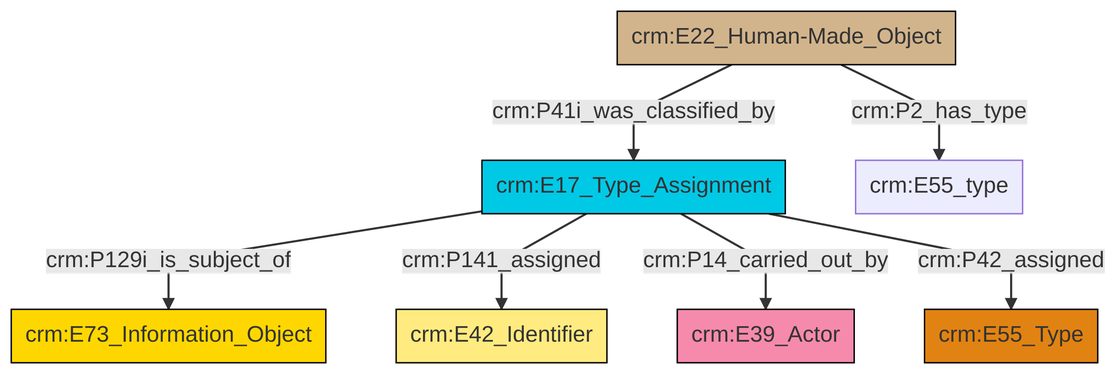
Before: et/builtWorkCSV/ttl/mmd/png/Built_Work_designation_status.png, a diagram exported from Mermaid (swiss-art-research-net/docs.swissartresearch). Its source is kept beside it as et/builtWorkCSV/ttl/mmd/Built_Work_designation_status.ttl.mmd.
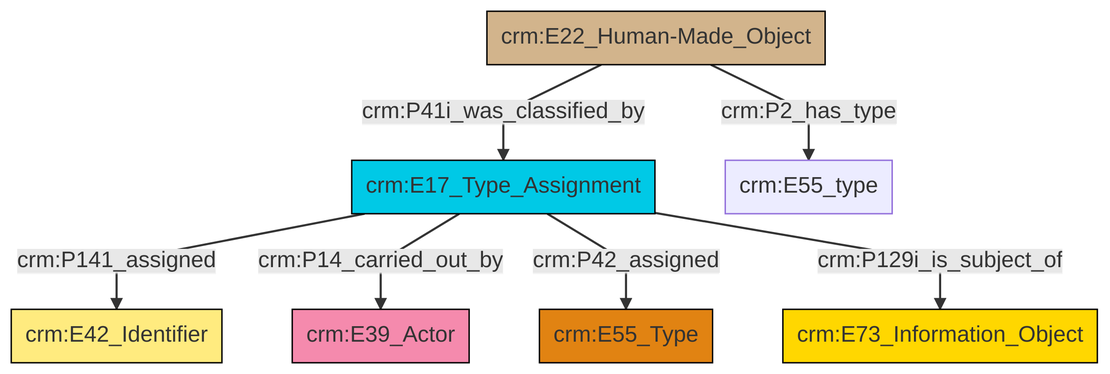
The same file after the commit.

Change to the diagram source:
```diff
@@ -13,9 +13,9 @@
 classDef PC_Classes fill:#4ce600, stroke:#000000;
 classDef Multi fill:#cccccc,stroke:#000000;
 
-4["crm:E22_Human-Made_Object"]:::Physical_Thing -->|crm:P41i_was_classified_by| 6["crm:E17_Type_Assignment"]:::Temporal_Entity
-6["crm:E17_Type_Assignment"]:::Temporal_Entity -->|crm:P129i_is_subject_of| 0["crm:E73_Information_Object"]:::Conceptual_Object
-6["crm:E17_Type_Assignment"]:::Temporal_Entity -->|crm:P141_assigned| 2["crm:E42_Identifier"]:::Appellation
-6["crm:E17_Type_Assignment"]:::Temporal_Entity -->|crm:P14_carried_out_by| 12["crm:E39_Actor"]:::Actor
-6["crm:E17_Type_Assignment"]:::Temporal_Entity -->|crm:P42_assigned| 7["crm:E55_Type"]:::Type
-4["crm:E22_Human-Made_Object"]:::Physical_Thing -->|crm:P2_has_type| 9["crm:E55_type"]:::Default
+0["crm:E17_Type_Assignment"]:::Temporal_Entity -->|crm:P141_assigned| 4["crm:E42_Identifier"]:::Appellation
+2["crm:E22_Human-Made_Object"]:::Physical_Thing -->|crm:P2_has_type| 5["crm:E55_type"]:::Default
+0["crm:E17_Type_Assignment"]:::Temporal_Entity -->|crm:P14_carried_out_by| 9["crm:E39_Actor"]:::Actor
+2["crm:E22_Human-Made_Object"]:::Physical_Thing -->|crm:P41i_was_classified_by| 0["crm:E17_Type_Assignment"]:::Temporal_Entity
+0["crm:E17_Type_Assignment"]:::Temporal_Entity -->|crm:P42_assigned| 7["crm:E55_Type"]:::Type
+0["crm:E17_Type_Assignment"]:::Temporal_Entity -->|crm:P129i_is_subject_of| 13["crm:E73_Information_Object"]:::Conceptual_Object
```
